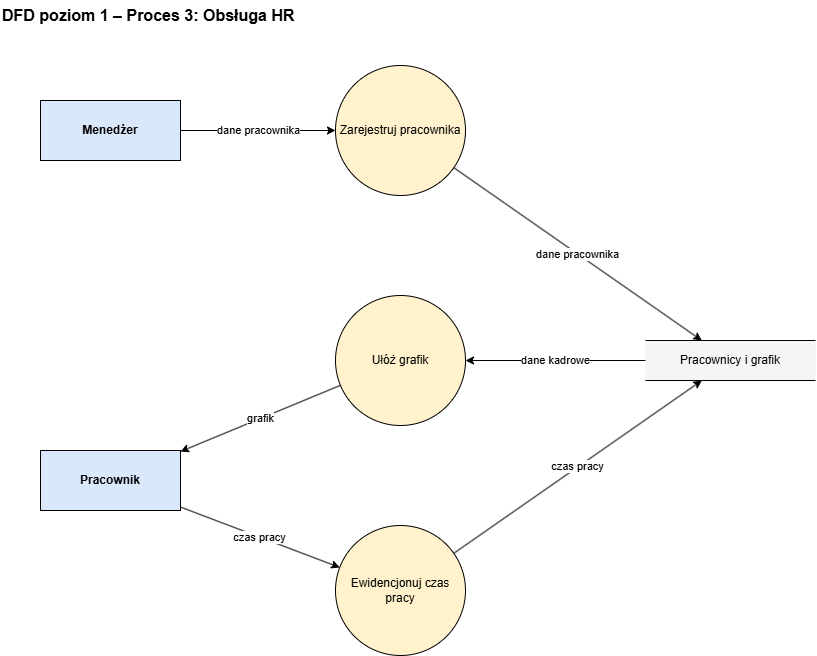
Before: diagramy/02_przeplyw_danych/dfd_3_hr.png, a diagram exported from draw.io (olimo54323/OiZPI-laboratorium). Source tidied: cells renumbered, new cells last; positions are measured from the earlier drawing's top-left corner, leaving out a move shared by most shapes.
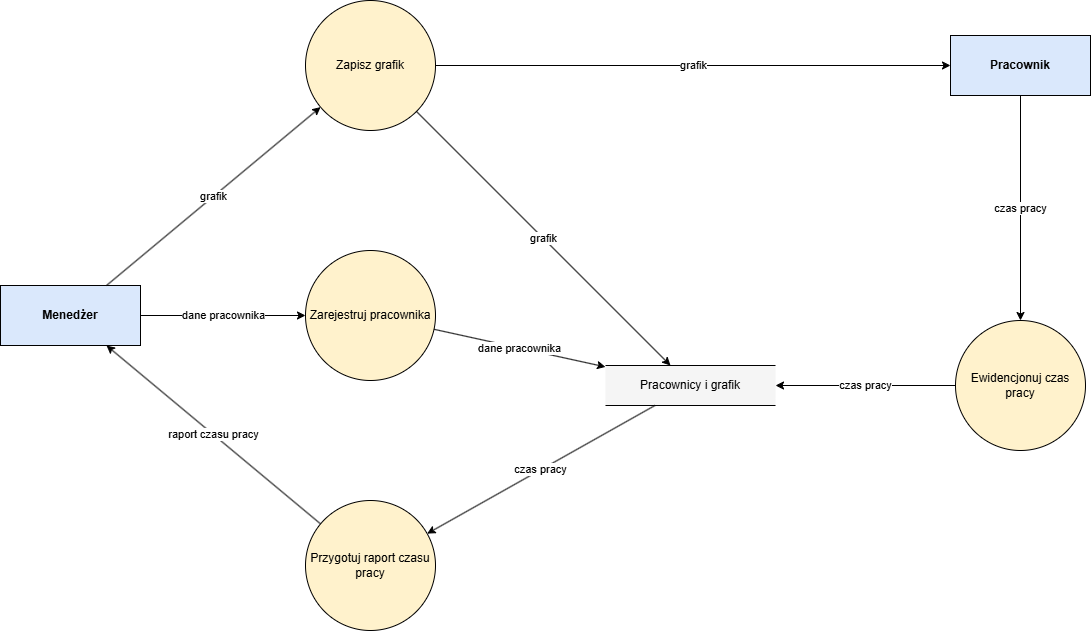
After the commit.

Change to the diagram source:
```diff
@@ -2,44 +2,53 @@
   <root>
     <mxCell id="0" />
     <mxCell id="1" parent="0" />
-    <mxCell id="2" value="DFD poziom 1 – Proces 3: Obsługa HR" style="text;html=1;align=left;verticalAlign=middle;fontSize=16;fontStyle=1;" parent="1" vertex="1">
-      <mxGeometry width="500" height="30" as="geometry" />
-    </mxCell>
     <mxCell id="3" value="Menedżer" style="rounded=0;whiteSpace=wrap;html=1;fillColor=#dae8fc;strokeColor=#000000;fontStyle=1;fontSize=12;" parent="1" vertex="1">
-      <mxGeometry x="40" y="100" width="140" height="60" as="geometry" />
+      <mxGeometry x="10" y="340" width="140" height="60" as="geometry" />
     </mxCell>
     <mxCell id="4" value="Pracownik" style="rounded=0;whiteSpace=wrap;html=1;fillColor=#dae8fc;strokeColor=#000000;fontStyle=1;fontSize=12;" parent="1" vertex="1">
-      <mxGeometry x="40" y="450" width="140" height="60" as="geometry" />
+      <mxGeometry x="960" y="90" width="140" height="60" as="geometry" />
     </mxCell>
+    <mxCell id="15" value="Zapisz grafik" style="ellipse;whiteSpace=wrap;html=1;fillColor=#fff2cc;strokeColor=#000000;fontSize=12;" parent="1" vertex="1">
+      <mxGeometry x="315" y="55" width="130" height="130" as="geometry" />
+    </mxCell>
     <mxCell id="5" value="Zarejestruj pracownika" style="ellipse;whiteSpace=wrap;html=1;fillColor=#fff2cc;strokeColor=#000000;fontSize=12;" parent="1" vertex="1">
-      <mxGeometry x="335" y="65" width="130" height="130" as="geometry" />
+      <mxGeometry x="315" y="305" width="130" height="130" as="geometry" />
     </mxCell>
-    <mxCell id="6" value="Ułóż grafik" style="ellipse;whiteSpace=wrap;html=1;fillColor=#fff2cc;strokeColor=#000000;fontSize=12;" parent="1" vertex="1">
-      <mxGeometry x="335" y="295" width="130" height="130" as="geometry" />
-    </mxCell>
+    <mxCell id="16" value="Przygotuj raport czasu pracy" style="ellipse;whiteSpace=wrap;html=1;fillColor=#fff2cc;strokeColor=#000000;fontSize=12;" parent="1" vertex="1">
+      <mxGeometry x="315" y="555" width="130" height="130" as="geometry" />
+    </mxCell>
     <mxCell id="7" value="Ewidencjonuj czas pracy" style="ellipse;whiteSpace=wrap;html=1;fillColor=#fff2cc;strokeColor=#000000;fontSize=12;" parent="1" vertex="1">
-      <mxGeometry x="335" y="525" width="130" height="130" as="geometry" />
+      <mxGeometry x="965" y="375" width="130" height="130" as="geometry" />
     </mxCell>
     <mxCell id="8" value="Pracownicy i grafik" style="shape=partialRectangle;whiteSpace=wrap;html=1;left=0;right=0;fillColor=#f5f5f5;strokeColor=#000000;fontSize=12;" parent="1" vertex="1">
-      <mxGeometry x="645" y="340" width="170" height="40" as="geometry" />
+      <mxGeometry x="615" y="420" width="170" height="40" as="geometry" />
     </mxCell>
-    <mxCell id="9" value="dane pracownika" style="endArrow=classic;endFill=1;html=1;rounded=0;labelBackgroundColor=#ffffff;fontSize=11;strokeColor=#000000;" parent="1" edge="1" source="3" target="5">
+    <mxCell id="9" value="grafik" style="endArrow=classic;endFill=1;html=1;rounded=0;labelBackgroundColor=#ffffff;fontSize=11;strokeColor=#000000;" parent="1" edge="1" source="3" target="15">
       <mxGeometry relative="1" as="geometry" />
     </mxCell>
-    <mxCell id="10" value="dane pracownika" style="endArrow=classic;endFill=1;html=1;rounded=0;labelBackgroundColor=#ffffff;fontSize=11;strokeColor=#000000;" parent="1" edge="1" source="5" target="8">
+    <mxCell id="10" value="dane pracownika" style="endArrow=classic;endFill=1;html=1;rounded=0;labelBackgroundColor=#ffffff;fontSize=11;strokeColor=#000000;" parent="1" edge="1" source="3" target="5">
       <mxGeometry relative="1" as="geometry" />
     </mxCell>
-    <mxCell id="11" value="dane kadrowe" style="endArrow=classic;endFill=1;html=1;rounded=0;labelBackgroundColor=#ffffff;fontSize=11;strokeColor=#000000;" parent="1" edge="1" source="8" target="6">
+    <mxCell id="11" value="raport czasu pracy" style="endArrow=classic;endFill=1;html=1;rounded=0;labelBackgroundColor=#ffffff;fontSize=11;strokeColor=#000000;" parent="1" edge="1" source="16" target="3">
       <mxGeometry relative="1" as="geometry" />
     </mxCell>
-    <mxCell id="12" value="grafik" style="endArrow=classic;endFill=1;html=1;rounded=0;labelBackgroundColor=#ffffff;fontSize=11;strokeColor=#000000;" parent="1" edge="1" source="6" target="4">
+    <mxCell id="12" value="grafik" style="endArrow=classic;endFill=1;html=1;rounded=0;labelBackgroundColor=#ffffff;fontSize=11;strokeColor=#000000;" parent="1" edge="1" source="15" target="4">
       <mxGeometry relative="1" as="geometry" />
     </mxCell>
-    <mxCell id="13" value="czas pracy" style="endArrow=classic;endFill=1;html=1;rounded=0;labelBackgroundColor=#ffffff;fontSize=11;strokeColor=#000000;" parent="1" edge="1" source="4" target="7">
+    <mxCell id="13" value="grafik" style="endArrow=classic;endFill=1;html=1;rounded=0;labelBackgroundColor=#ffffff;fontSize=11;strokeColor=#000000;" parent="1" edge="1" source="15" target="8">
       <mxGeometry relative="1" as="geometry" />
     </mxCell>
-    <mxCell id="14" value="czas pracy" style="endArrow=classic;endFill=1;html=1;rounded=0;labelBackgroundColor=#ffffff;fontSize=11;strokeColor=#000000;" parent="1" edge="1" source="7" target="8">
+    <mxCell id="14" value="dane pracownika" style="endArrow=classic;endFill=1;html=1;rounded=0;labelBackgroundColor=#ffffff;fontSize=11;strokeColor=#000000;" parent="1" edge="1" source="5" target="8">
       <mxGeometry relative="1" as="geometry" />
     </mxCell>
+    <mxCell id="17" value="czas pracy" style="endArrow=classic;endFill=1;html=1;rounded=0;labelBackgroundColor=#ffffff;fontSize=11;strokeColor=#000000;" parent="1" edge="1" source="8" target="16">
+      <mxGeometry relative="1" as="geometry" />
+    </mxCell>
+    <mxCell id="18" value="czas pracy" style="endArrow=classic;endFill=1;html=1;rounded=0;labelBackgroundColor=#ffffff;fontSize=11;strokeColor=#000000;" parent="1" edge="1" source="4" target="7">
+      <mxGeometry relative="1" as="geometry" />
+    </mxCell>
+    <mxCell id="19" value="czas pracy" style="endArrow=classic;endFill=1;html=1;rounded=0;labelBackgroundColor=#ffffff;fontSize=11;strokeColor=#000000;" parent="1" edge="1" source="7" target="8">
+      <mxGeometry relative="1" as="geometry" />
+    </mxCell>
   </root>
 </mxGraphModel>
```
